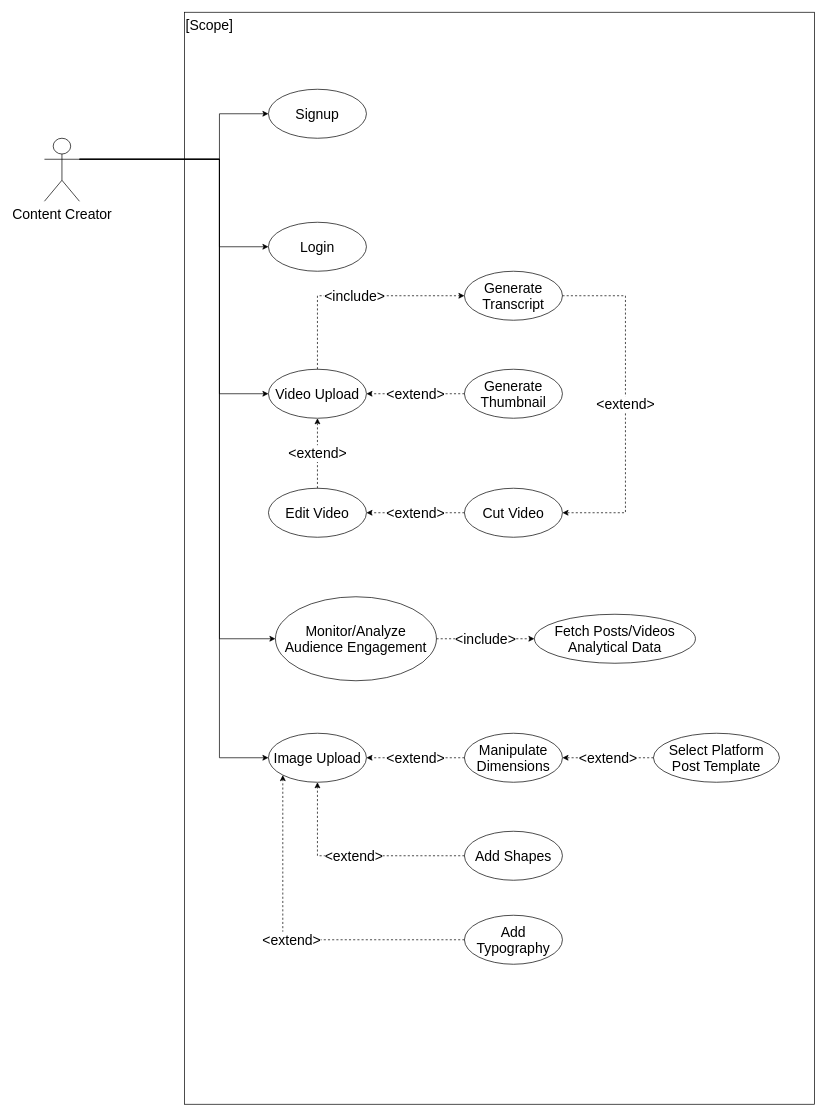
Before: diagrams/UsecaseDiagram.drawio in jadhamwi31/cc_productivity_and_marketing_kit, a draw.io diagram. Source tidied: cells renumbered, new cells numbered last; positions are measured from the earlier drawing's top-left corner, leaving out a move shared by most shapes. Both pictures are drawn from the tidied source at 70%, with x=0, y=0 at pixel (44, 12).
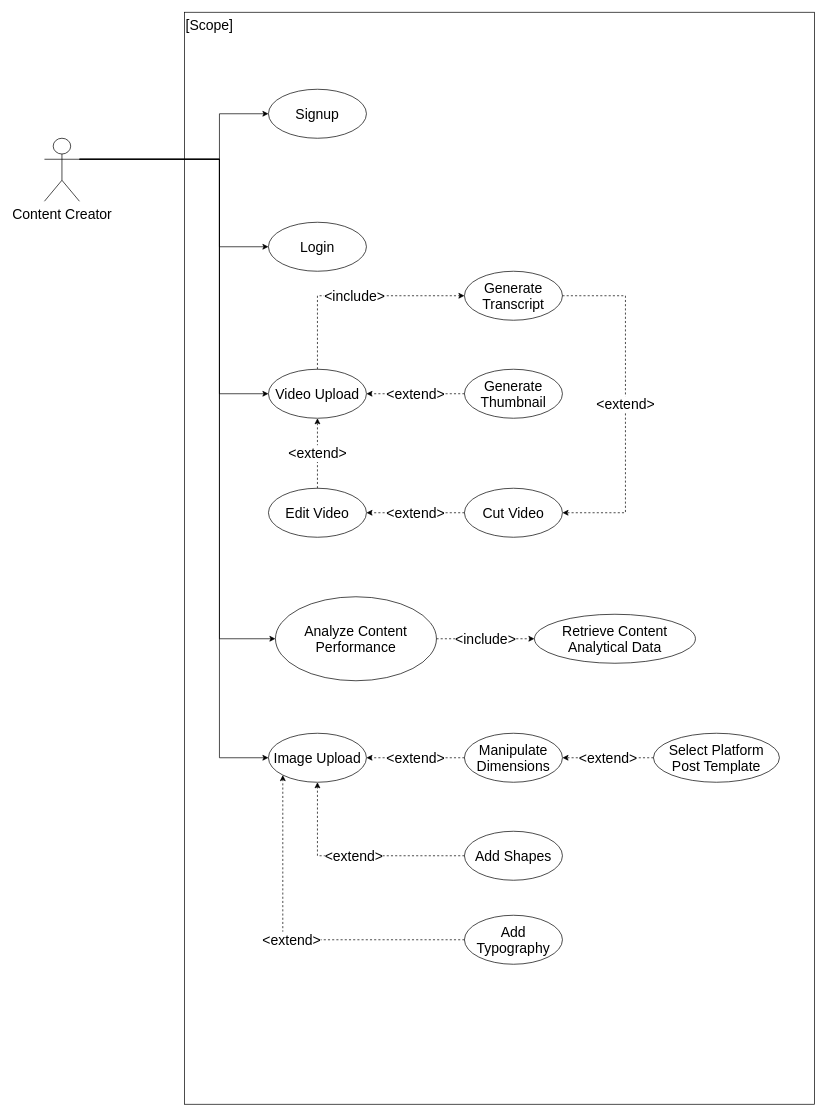
Above is the later version.

The edit, as a diff of the source:
```diff
@@
-    <mxCell id="18" value="Monitor/Analyze Audience Engagement" style="ellipse;whiteSpace=wrap;html=1;fillColor=none;fontSize=20;" parent="1" vertex="1">
+    <mxCell id="18" value="Analyze Content Performance" style="ellipse;whiteSpace=wrap;html=1;fillColor=none;fontSize=20;" parent="1" vertex="1">
       <mxGeometry x="330" y="835" width="230" height="120" as="geometry" />
     </mxCell>
-    <mxCell id="19" value="Fetch Posts/Videos&lt;br&gt;Analytical Data" style="ellipse;whiteSpace=wrap;html=1;fillColor=none;fontSize=20;" parent="1" vertex="1">
+    <mxCell id="19" value="Retrieve Content&lt;br&gt;Analytical Data" style="ellipse;whiteSpace=wrap;html=1;fillColor=none;fontSize=20;" parent="1" vertex="1">
       <mxGeometry x="700" y="860" width="230" height="70" as="geometry" />
     </mxCell>
```
